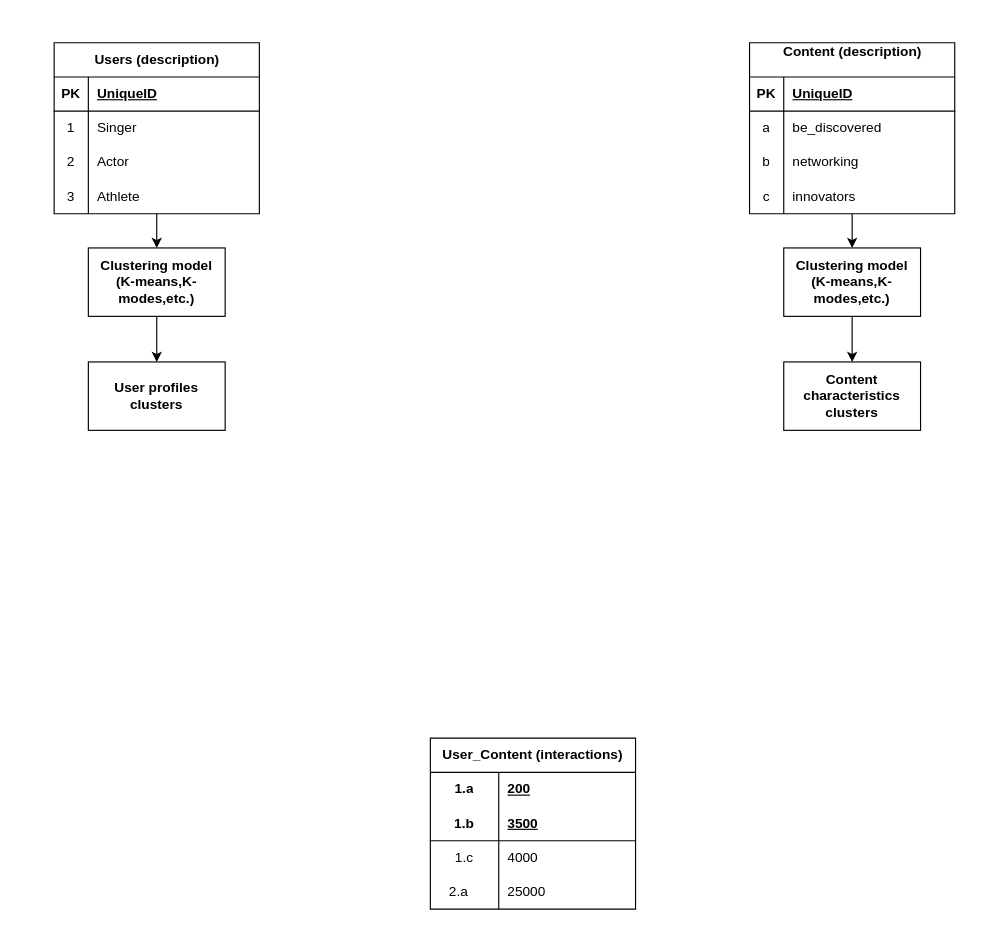
This is Untitled Diagram.drawio from joseantbelloac/Talentpitch, a draw.io file, before an edit. Source tidied: cells renumbered, new cells numbered last; positions are measured from the earlier drawing's top-left corner, leaving out a move shared by most shapes. Both pictures are drawn from the tidied source at 114%, with x=0, y=0 at pixel (54, 42).
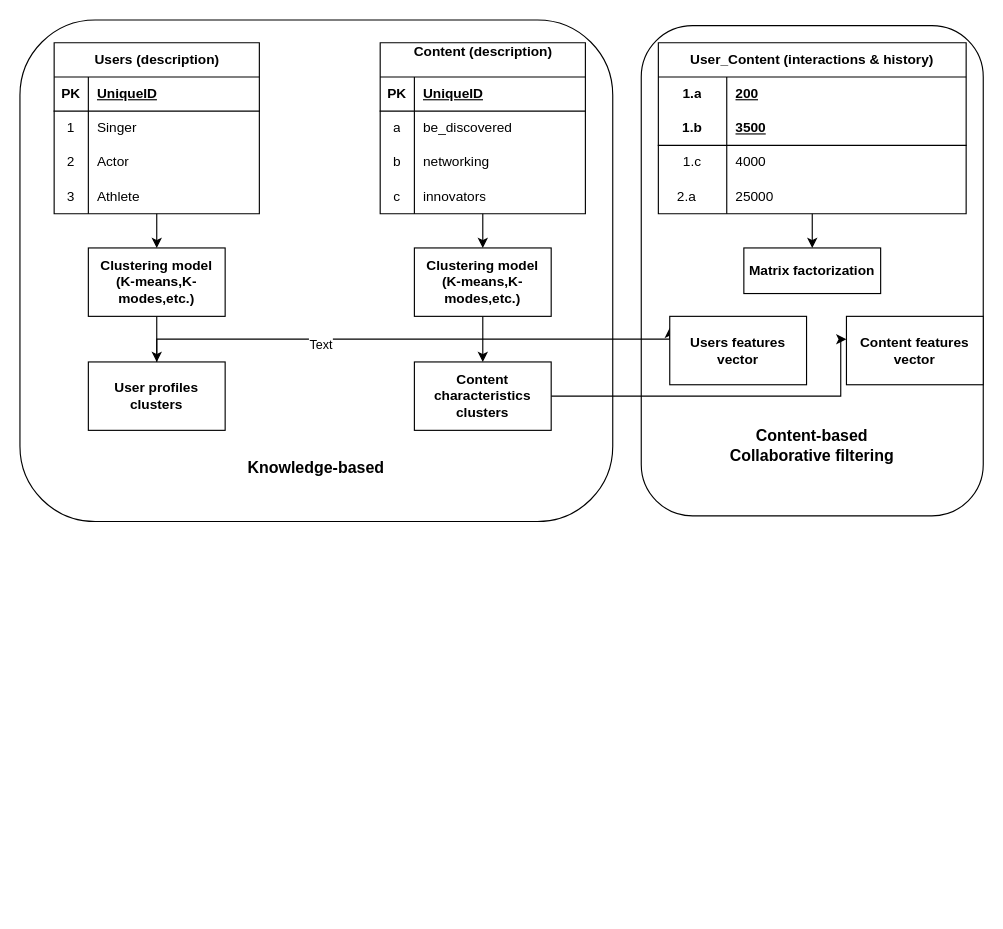
The same diagram, later.

What changed in the source:
```diff
@@
+    <mxCell id="49" value="&lt;div&gt;&lt;br&gt;&lt;/div&gt;&lt;div&gt;&lt;br&gt;&lt;/div&gt;&lt;div&gt;&lt;br&gt;&lt;/div&gt;&lt;div&gt;&lt;br&gt;&lt;/div&gt;&lt;div&gt;&lt;br&gt;&lt;/div&gt;&lt;div&gt;&lt;br&gt;&lt;/div&gt;&lt;div&gt;&lt;br&gt;&lt;/div&gt;&lt;div&gt;&lt;br&gt;&lt;/div&gt;&lt;div&gt;&lt;br&gt;&lt;/div&gt;&lt;div&gt;&lt;br&gt;&lt;/div&gt;&lt;div&gt;&lt;br&gt;&lt;/div&gt;&lt;div&gt;&lt;br&gt;&lt;/div&gt;&lt;div&gt;&lt;br&gt;&lt;/div&gt;&lt;div&gt;&lt;br&gt;&lt;/div&gt;&lt;div&gt;&lt;br&gt;&lt;/div&gt;&lt;div&gt;&lt;br&gt;&lt;/div&gt;&lt;div&gt;&lt;br&gt;&lt;/div&gt;&lt;div&gt;&lt;br&gt;&lt;/div&gt;&lt;div&gt;&lt;br&gt;&lt;/div&gt;&lt;div&gt;&lt;br&gt;&lt;/div&gt;&lt;div&gt;&lt;br&gt;&lt;/div&gt;&lt;div&gt;&lt;br&gt;&lt;/div&gt;&lt;div&gt;&lt;br&gt;&lt;/div&gt;&lt;div&gt;&lt;br&gt;&lt;/div&gt;&lt;div style=&quot;font-size: 14px;&quot;&gt;&lt;b style=&quot;&quot;&gt;&lt;font style=&quot;font-size: 14px;&quot;&gt;&lt;br&gt;&lt;/font&gt;&lt;/b&gt;&lt;/div&gt;&lt;b style=&quot;font-size: 14px;&quot;&gt;&lt;font style=&quot;font-size: 14px;&quot;&gt;Knowledge-based&lt;/font&gt;&lt;/b&gt;&lt;div style=&quot;font-size: 14px;&quot;&gt;&lt;br&gt;&lt;/div&gt;" style="rounded=1;whiteSpace=wrap;html=1;fillColor=none;" parent="1" vertex="1">
+      <mxGeometry x="-30" y="-20" width="520" height="440" as="geometry" />
+    </mxCell>
+    <mxCell id="50" value="&lt;div&gt;&lt;br&gt;&lt;/div&gt;&lt;div&gt;&lt;br&gt;&lt;/div&gt;&lt;div&gt;&lt;br&gt;&lt;/div&gt;&lt;div&gt;&lt;br&gt;&lt;/div&gt;&lt;div&gt;&lt;br&gt;&lt;/div&gt;&lt;div&gt;&lt;br&gt;&lt;/div&gt;&lt;div&gt;&lt;br&gt;&lt;/div&gt;&lt;div&gt;&lt;br&gt;&lt;/div&gt;&lt;div&gt;&lt;br&gt;&lt;/div&gt;&lt;div&gt;&lt;br&gt;&lt;/div&gt;&lt;div&gt;&lt;br&gt;&lt;/div&gt;&lt;div&gt;&lt;br&gt;&lt;/div&gt;&lt;div style=&quot;font-size: 14px;&quot;&gt;&lt;b style=&quot;&quot;&gt;&lt;font style=&quot;font-size: 14px;&quot;&gt;&lt;br&gt;&lt;/font&gt;&lt;/b&gt;&lt;/div&gt;&lt;div style=&quot;font-size: 14px;&quot;&gt;&lt;b style=&quot;&quot;&gt;&lt;font style=&quot;font-size: 14px;&quot;&gt;&lt;br&gt;&lt;/font&gt;&lt;/b&gt;&lt;/div&gt;&lt;div style=&quot;font-size: 14px;&quot;&gt;&lt;b style=&quot;&quot;&gt;&lt;font style=&quot;font-size: 14px;&quot;&gt;&lt;br&gt;&lt;/font&gt;&lt;/b&gt;&lt;/div&gt;&lt;div style=&quot;font-size: 14px;&quot;&gt;&lt;b style=&quot;&quot;&gt;&lt;font style=&quot;font-size: 14px;&quot;&gt;&lt;br&gt;&lt;/font&gt;&lt;/b&gt;&lt;/div&gt;&lt;div style=&quot;font-size: 14px;&quot;&gt;&lt;b style=&quot;&quot;&gt;&lt;font style=&quot;font-size: 14px;&quot;&gt;&lt;br&gt;&lt;/font&gt;&lt;/b&gt;&lt;/div&gt;&lt;div style=&quot;font-size: 14px;&quot;&gt;&lt;b style=&quot;&quot;&gt;&lt;font style=&quot;font-size: 14px;&quot;&gt;&lt;br&gt;&lt;/font&gt;&lt;/b&gt;&lt;/div&gt;&lt;div style=&quot;font-size: 14px;&quot;&gt;&lt;b style=&quot;&quot;&gt;&lt;font style=&quot;font-size: 14px;&quot;&gt;&lt;br&gt;&lt;/font&gt;&lt;/b&gt;&lt;/div&gt;&lt;div style=&quot;font-size: 14px;&quot;&gt;&lt;b style=&quot;&quot;&gt;&lt;font style=&quot;font-size: 14px;&quot;&gt;&lt;br&gt;&lt;/font&gt;&lt;/b&gt;&lt;/div&gt;&lt;b style=&quot;font-size: 14px;&quot;&gt;&lt;font style=&quot;font-size: 14px;&quot;&gt;Conten&lt;/font&gt;&lt;/b&gt;&lt;b style=&quot;background-color: initial; font-size: 14px;&quot;&gt;t-based&lt;/b&gt;&lt;div&gt;&lt;div style=&quot;font-size: 14px;&quot;&gt;&lt;b style=&quot;&quot;&gt;&lt;font style=&quot;font-size: 14px;&quot;&gt;Collaborative filtering&lt;/font&gt;&lt;/b&gt;&lt;/div&gt;&lt;/div&gt;" style="rounded=1;whiteSpace=wrap;html=1;fillColor=none;" parent="1" vertex="1">
+      <mxGeometry x="515" y="-15" width="300" height="430" as="geometry" />
+    </mxCell>
+    <mxCell id="51" style="edgeStyle=orthogonalEdgeStyle;rounded=0;jettySize=auto;html=1;" parent="1" edge="1" source="2" target="57">
+      <mxGeometry relative="1" as="geometry" />
+    </mxCell>
-    <mxCell id="2" value="User_Content (interactions)" style="shape=table;startSize=30;childLayout=tableLayout;rowLines=0;fontStyle=1;align=center;html=1;whiteSpace=wrap;" parent="1" vertex="1">
-      <mxGeometry x="330" y="610" width="180" height="150" as="geometry" />
+    <mxCell id="2" value="User_Content (interactions &amp;amp; history)" style="shape=table;startSize=30;childLayout=tableLayout;rowLines=0;fontStyle=1;align=center;html=1;whiteSpace=wrap;" parent="1" vertex="1">
+      <mxGeometry x="530" width="270" height="150" as="geometry" />
     </mxCell>
     <mxCell id="3" style="shape=tableRow;horizontal=0;startSize=0;swimlaneHead=0;swimlaneBody=0;fillColor=none;top=0;left=0;right=0;bottom=0;html=1;" parent="2" vertex="1">
-      <mxGeometry y="30" width="180" height="30" as="geometry" />
+      <mxGeometry y="30" width="270" height="30" as="geometry" />
     </mxCell>
@@
     <mxCell id="5" value="200" style="shape=partialRectangle;fillColor=none;top=0;left=0;bottom=0;right=0;align=left;spacingLeft=6;fontStyle=5;overflow=hidden;html=1;whiteSpace=wrap;" parent="3" vertex="1">
-      <mxGeometry x="60" width="120" height="30" as="geometry" />
+      <mxGeometry x="60" width="210" height="30" as="geometry" />
     </mxCell>
     <mxCell id="6" style="shape=tableRow;horizontal=0;startSize=0;swimlaneHead=0;swimlaneBody=0;fillColor=none;top=0;left=0;right=0;bottom=1;html=1;" parent="2" vertex="1">
-      <mxGeometry y="60" width="180" height="30" as="geometry" />
+      <mxGeometry y="60" width="270" height="30" as="geometry" />
     </mxCell>
@@
     <mxCell id="8" value="3500" style="shape=partialRectangle;fillColor=none;top=0;left=0;bottom=0;right=0;align=left;spacingLeft=6;fontStyle=5;overflow=hidden;html=1;whiteSpace=wrap;" parent="6" vertex="1">
-      <mxGeometry x="60" width="120" height="30" as="geometry" />
+      <mxGeometry x="60" width="210" height="30" as="geometry" />
     </mxCell>
     <mxCell id="9" style="shape=tableRow;horizontal=0;startSize=0;swimlaneHead=0;swimlaneBody=0;fillColor=none;top=0;left=0;right=0;bottom=0;html=1;" parent="2" vertex="1">
-      <mxGeometry y="90" width="180" height="30" as="geometry" />
+      <mxGeometry y="90" width="270" height="30" as="geometry" />
     </mxCell>
@@
     <mxCell id="11" value="4000" style="shape=partialRectangle;fillColor=none;top=0;left=0;bottom=0;right=0;align=left;spacingLeft=6;overflow=hidden;html=1;whiteSpace=wrap;" parent="9" vertex="1">
-      <mxGeometry x="60" width="120" height="30" as="geometry" />
+      <mxGeometry x="60" width="210" height="30" as="geometry" />
     </mxCell>
     <mxCell id="12" style="shape=tableRow;horizontal=0;startSize=0;swimlaneHead=0;swimlaneBody=0;fillColor=none;top=0;left=0;right=0;bottom=0;html=1;" parent="2" vertex="1">
-      <mxGeometry y="120" width="180" height="30" as="geometry" />
+      <mxGeometry y="120" width="270" height="30" as="geometry" />
     </mxCell>
@@
     <mxCell id="14" value="25000" style="shape=partialRectangle;fillColor=none;top=0;left=0;bottom=0;right=0;align=left;spacingLeft=6;overflow=hidden;html=1;whiteSpace=wrap;" parent="12" vertex="1">
-      <mxGeometry x="60" width="120" height="30" as="geometry" />
+      <mxGeometry x="60" width="210" height="30" as="geometry" />
     </mxCell>
@@
     <mxCell id="30" value="Content (description)&lt;div&gt;&lt;br&gt;&lt;/div&gt;" style="shape=table;startSize=30;childLayout=tableLayout;rowLines=0;fontStyle=1;align=center;html=1;" parent="1" vertex="1">
-      <mxGeometry x="610" width="180" height="150" as="geometry" />
+      <mxGeometry x="286" width="180" height="150" as="geometry" />
     </mxCell>
@@
     <mxCell id="46" value="Clustering model&lt;div&gt;(K-means,K-modes,etc.)&lt;/div&gt;" style="whiteSpace=wrap;html=1;startSize=30;fontStyle=1;" parent="1" vertex="1">
-      <mxGeometry x="640" y="180" width="120" height="60" as="geometry" />
+      <mxGeometry x="316" y="180" width="120" height="60" as="geometry" />
     </mxCell>
+    <mxCell id="52" style="edgeStyle=orthogonalEdgeStyle;rounded=0;orthogonalLoop=1;jettySize=auto;html=1;" parent="1" edge="1">
+      <mxGeometry relative="1" as="geometry">
+        <mxPoint x="90" y="280" as="sourcePoint" />
+        <mxPoint x="540" y="250" as="targetPoint" />
+        <Array as="points">
+          <mxPoint x="90" y="260" />
+          <mxPoint x="540" y="260" />
+        </Array>
+      </mxGeometry>
+    </mxCell>
+    <mxCell id="53" value="Text" style="edgeLabel;html=1;align=center;verticalAlign=middle;" parent="52" vertex="1">
+      <mxGeometry x="-0.32" y="-4" relative="1" as="geometry" />
+    </mxCell>
@@
+    <mxCell id="54" style="edgeStyle=orthogonalEdgeStyle;rounded=0;jettySize=auto;html=1;" parent="1" edge="1" source="48" target="56">
+      <mxGeometry relative="1" as="geometry">
+        <Array as="points">
+          <mxPoint x="690" y="310" />
+          <mxPoint x="690" y="260" />
+        </Array>
+      </mxGeometry>
+    </mxCell>
     <mxCell id="48" value="Content characteristics clusters" style="whiteSpace=wrap;html=1;startSize=30;fontStyle=1;" parent="1" vertex="1">
-      <mxGeometry x="640" y="280" width="120" height="60" as="geometry" />
+      <mxGeometry x="316" y="280" width="120" height="60" as="geometry" />
     </mxCell>
+    <mxCell id="55" value="Users features vector" style="whiteSpace=wrap;html=1;startSize=30;fontStyle=1;" parent="1" vertex="1">
+      <mxGeometry x="540" y="240" width="120" height="60" as="geometry" />
+    </mxCell>
+    <mxCell id="56" value="Content features vector" style="whiteSpace=wrap;html=1;startSize=30;fontStyle=1;" parent="1" vertex="1">
+      <mxGeometry x="695" y="240" width="120" height="60" as="geometry" />
+    </mxCell>
+    <mxCell id="57" value="Matrix factorization" style="whiteSpace=wrap;html=1;startSize=30;fontStyle=1;" parent="1" vertex="1">
+      <mxGeometry x="605" y="180" width="120" height="40" as="geometry" />
+    </mxCell>
+    <mxCell id="58" style="edgeStyle=orthogonalEdgeStyle;rounded=0;orthogonalLoop=1;jettySize=auto;html=1;exitX=0.5;exitY=1;exitDx=0;exitDy=0;" parent="1" edge="1" source="57" target="57">
+      <mxGeometry relative="1" as="geometry" />
+    </mxCell>
```
